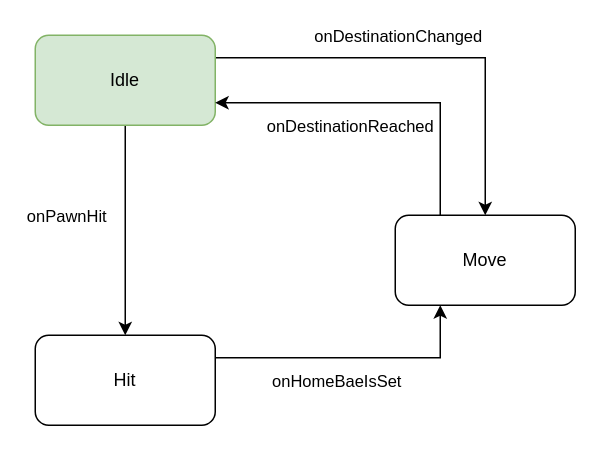
mohithsrao/GodotGameChoukaBara keeps this draw.io diagram as page "PawnStateMachine" (3 of 3) of ChoukaBara.drawio. Above is the earlier version. Source tidied: cells renumbered, new cells numbered last; positions are measured from the earlier drawing's top-left corner, leaving out a move shared by most shapes. Both pictures are drawn from the tidied source at 150%, with x=0, y=0 at pixel (34, 34).
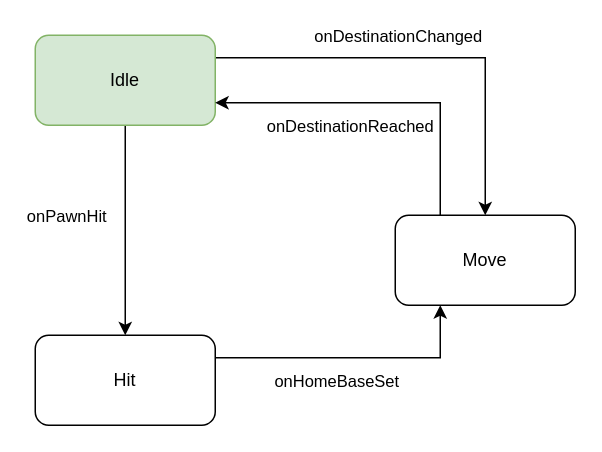
Above is the later version.

Diff of the diagram source:
```diff
@@
 <mxGraphModel>
   <root>
     <mxCell id="0" />
     <mxCell id="1" parent="0" />
     <mxCell id="2" style="edgeStyle=orthogonalEdgeStyle;rounded=0;jettySize=auto;html=1;exitX=1;exitY=0.25;exitDx=0;exitDy=0;entryX=0.5;entryY=0;entryDx=0;entryDy=0;" parent="1" edge="1" source="6" target="9">
       <mxGeometry relative="1" as="geometry" />
     </mxCell>
     <mxCell id="3" value="onDestinationChanged" style="edgeLabel;html=1;align=center;verticalAlign=middle;" parent="2" vertex="1">
       <mxGeometry x="-0.14" y="-2" relative="1" as="geometry">
         <mxPoint x="-2" y="-17" as="offset" />
       </mxGeometry>
     </mxCell>
     <mxCell id="4" style="edgeStyle=orthogonalEdgeStyle;rounded=0;jettySize=auto;html=1;exitX=0.5;exitY=1;exitDx=0;exitDy=0;entryX=0.5;entryY=0;entryDx=0;entryDy=0;" parent="1" edge="1" source="6" target="12">
       <mxGeometry relative="1" as="geometry" />
     </mxCell>
     <mxCell id="5" value="onPawnHit" style="edgeLabel;html=1;align=center;verticalAlign=middle;" parent="4" vertex="1">
       <mxGeometry x="-0.19" relative="1" as="geometry">
         <mxPoint x="-40" y="3" as="offset" />
       </mxGeometry>
     </mxCell>
     <mxCell id="6" value="Idle" style="rounded=1;whiteSpace=wrap;html=1;fillColor=#d5e8d4;strokeColor=#82b366;" parent="1" vertex="1">
       <mxGeometry width="120" height="60" as="geometry" />
     </mxCell>
     <mxCell id="7" style="edgeStyle=orthogonalEdgeStyle;rounded=0;jettySize=auto;html=1;exitX=0.25;exitY=0;exitDx=0;exitDy=0;entryX=1;entryY=0.75;entryDx=0;entryDy=0;" parent="1" edge="1" source="9" target="6">
       <mxGeometry relative="1" as="geometry" />
     </mxCell>
     <mxCell id="8" value="onDestinationReached" style="edgeLabel;html=1;align=center;verticalAlign=middle;" parent="7" vertex="1">
       <mxGeometry x="0.21" y="1" relative="1" as="geometry">
         <mxPoint y="14" as="offset" />
       </mxGeometry>
     </mxCell>
     <mxCell id="9" value="Move" style="rounded=1;whiteSpace=wrap;html=1;" parent="1" vertex="1">
       <mxGeometry x="240" y="120" width="120" height="60" as="geometry" />
     </mxCell>
     <mxCell id="10" style="edgeStyle=orthogonalEdgeStyle;rounded=0;jettySize=auto;html=1;exitX=1;exitY=0.25;exitDx=0;exitDy=0;entryX=0.25;entryY=1;entryDx=0;entryDy=0;" parent="1" edge="1" source="12" target="9">
       <mxGeometry relative="1" as="geometry" />
     </mxCell>
-    <mxCell id="11" value="onHomeBaeIsSet" style="edgeLabel;html=1;align=center;verticalAlign=middle;" parent="10" vertex="1">
+    <mxCell id="11" value="onHomeBaseSet" style="edgeLabel;html=1;align=center;verticalAlign=middle;" parent="10" vertex="1">
       <mxGeometry x="0.02" y="-1" relative="1" as="geometry">
         <mxPoint x="-14" y="14" as="offset" />
       </mxGeometry>
     </mxCell>
     <mxCell id="12" value="Hit" style="rounded=1;whiteSpace=wrap;html=1;" parent="1" vertex="1">
       <mxGeometry y="200" width="120" height="60" as="geometry" />
     </mxCell>
   </root>
 </mxGraphModel>
```
